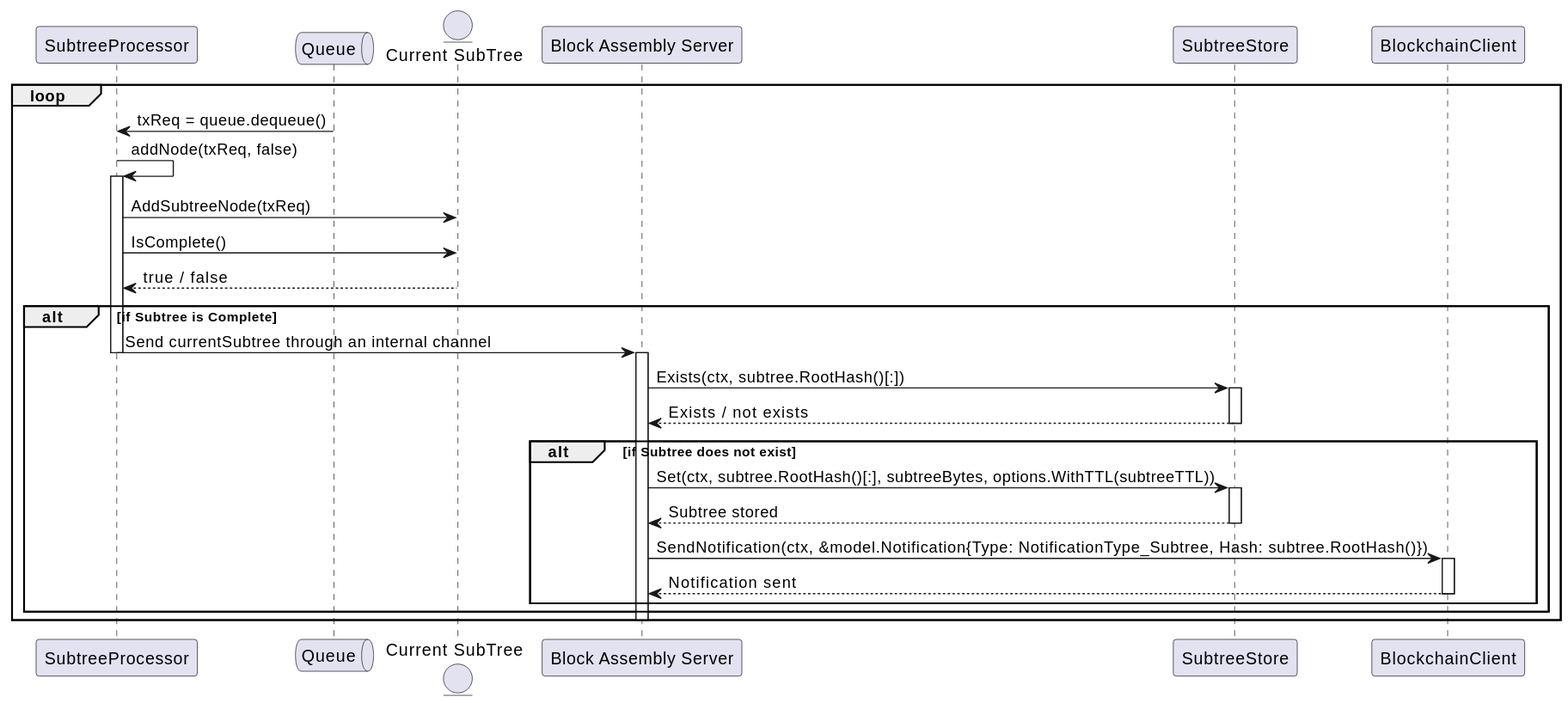
freemans13/teranode keeps this PlantUML diagram as docs/services/img/plantuml/blockassembly/block_assembly_add_tx_to_subtree.svg. Above is the earlier version. Its source is kept beside it as docs/services/img/plantuml/blockassembly/block_assembly_add_tx_to_subtree.puml.
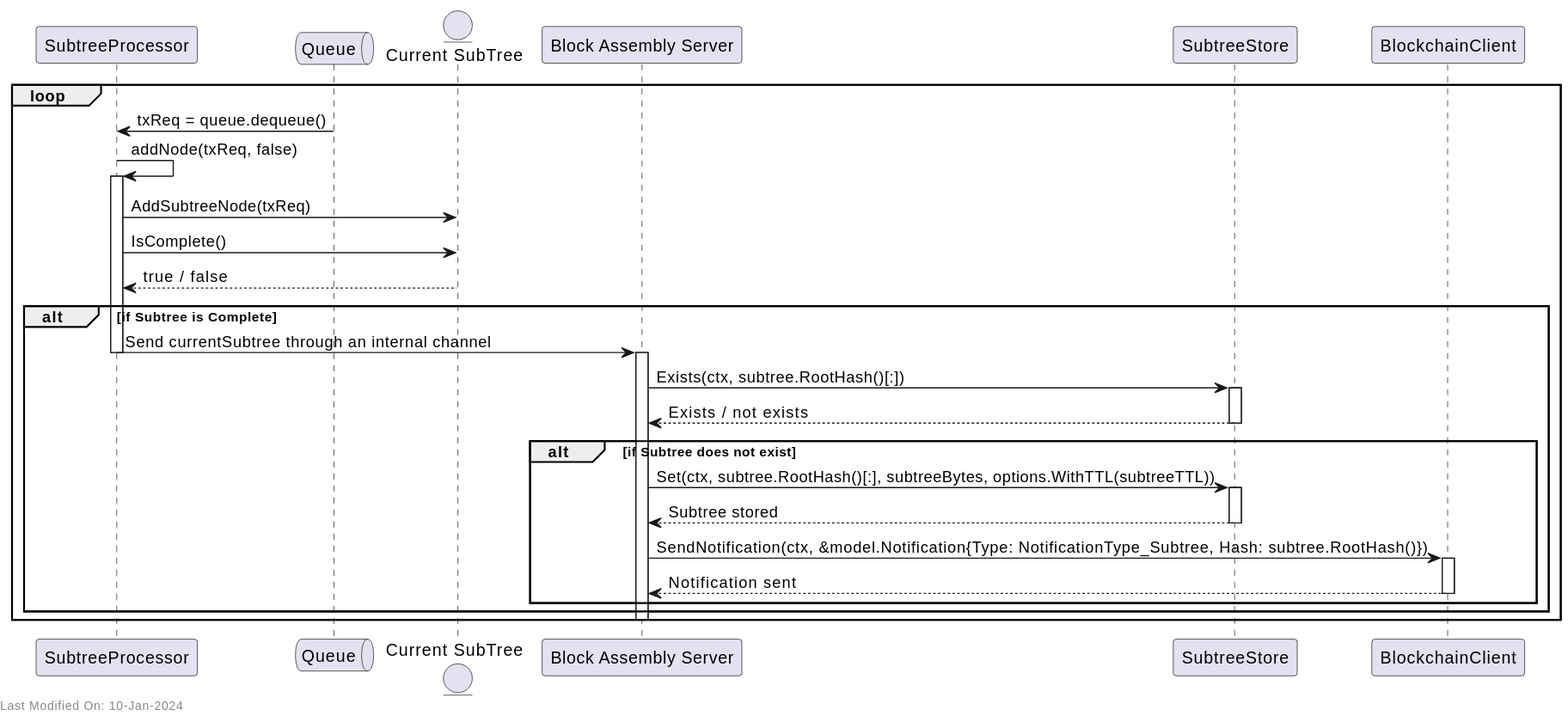
After the change.

Diff of the diagram source:
```diff
@@ -38,4 +38,7 @@
 
     deactivate Server
 end
+
+left footer Last Modified On: 10-Jan-2024
+
 @enduml
```
